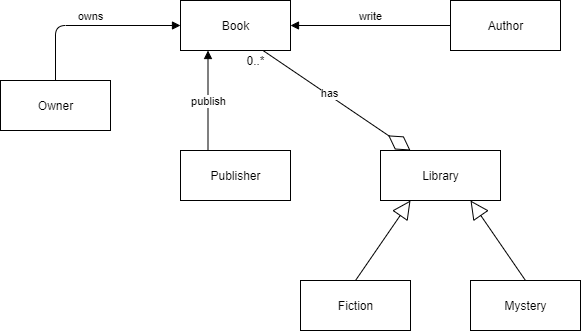
The draw.io diagram Question3.png in natasha-amiera/Week2ClassDiagram, before a commit. Source tidied: cells renumbered, new cells last; positions are measured from the earlier drawing's top-left corner, leaving out a move shared by most shapes.
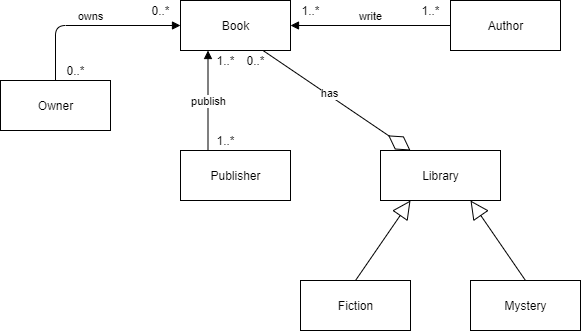
The same diagram one commit later.

Change to the diagram source:
```diff
@@ -51,5 +51,23 @@
         </Array>
       </mxGeometry>
     </mxCell>
+    <mxCell id="17" value="0..*" style="text;html=1;align=center;verticalAlign=middle;" parent="1" vertex="1">
+      <mxGeometry x="60" y="60" width="30" height="20" as="geometry" />
+    </mxCell>
+    <mxCell id="18" value="0..*" style="text;html=1;align=center;verticalAlign=middle;" parent="1" vertex="1">
+      <mxGeometry x="145" width="30" height="20" as="geometry" />
+    </mxCell>
+    <mxCell id="19" value="1..*" style="text;html=1;align=center;verticalAlign=middle;" parent="1" vertex="1">
+      <mxGeometry x="295" width="30" height="20" as="geometry" />
+    </mxCell>
+    <mxCell id="20" value="1..*" style="text;html=1;align=center;verticalAlign=middle;" parent="1" vertex="1">
+      <mxGeometry x="415" width="30" height="20" as="geometry" />
+    </mxCell>
+    <mxCell id="21" value="1..*" style="text;html=1;align=center;verticalAlign=middle;" parent="1" vertex="1">
+      <mxGeometry x="210" y="130" width="30" height="20" as="geometry" />
+    </mxCell>
+    <mxCell id="22" value="1..*" style="text;html=1;align=center;verticalAlign=middle;" parent="1" vertex="1">
+      <mxGeometry x="210" y="50" width="30" height="20" as="geometry" />
+    </mxCell>
   </root>
 </mxGraphModel>
```
